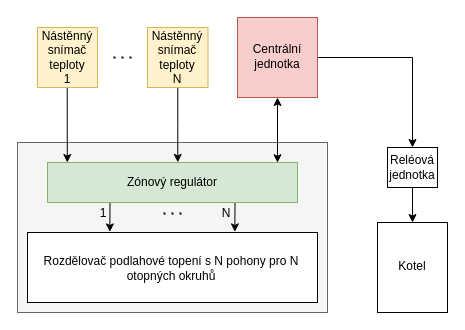
Earlier version of the draw.io diagram images/svg/drawio/obecny-princip-zonove-regulace.drawio (RomLab/diploma-thesis). Source tidied: cells renumbered, new cells numbered last; positions are measured from the earlier drawing's top-left corner, leaving out a move shared by most shapes. Both pictures are drawn from the tidied source at 100%, with x=0, y=0 at pixel (17, 17).
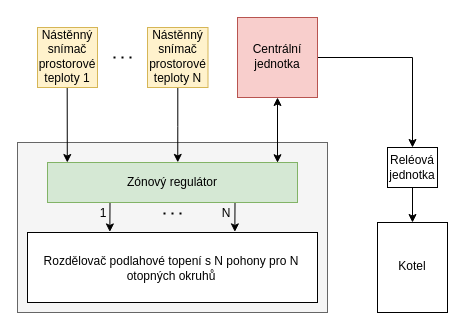
The same diagram, later.

Change to the diagram source:
```diff
@@
-    <mxCell id="16" value="Nástěnný snímač teploty&lt;br&gt;1" style="text;html=1;strokeColor=none;fillColor=none;align=center;verticalAlign=middle;whiteSpace=wrap;rounded=0;" parent="1" vertex="1">
-      <mxGeometry x="25" y="10" width="50" height="60" as="geometry" />
+    <mxCell id="16" value="Nástěnný snímač&lt;br&gt;prostorové teploty 1" style="text;html=1;strokeColor=none;fillColor=none;align=center;verticalAlign=middle;whiteSpace=wrap;rounded=0;" parent="1" vertex="1">
+      <mxGeometry x="25" y="9" width="50" height="60" as="geometry" />
     </mxCell>
@@
-    <mxCell id="19" value="Nástěnný snímač teploty&lt;br&gt;N" style="text;html=1;strokeColor=none;fillColor=none;align=center;verticalAlign=middle;whiteSpace=wrap;rounded=0;" parent="1" vertex="1">
-      <mxGeometry x="135.2" y="10" width="50" height="60" as="geometry" />
+    <mxCell id="19" value="Nástěnný snímač&lt;br&gt;prostorové teploty N" style="text;html=1;strokeColor=none;fillColor=none;align=center;verticalAlign=middle;whiteSpace=wrap;rounded=0;" parent="1" vertex="1">
+      <mxGeometry x="133" y="9" width="55.2" height="60" as="geometry" />
     </mxCell>
```
